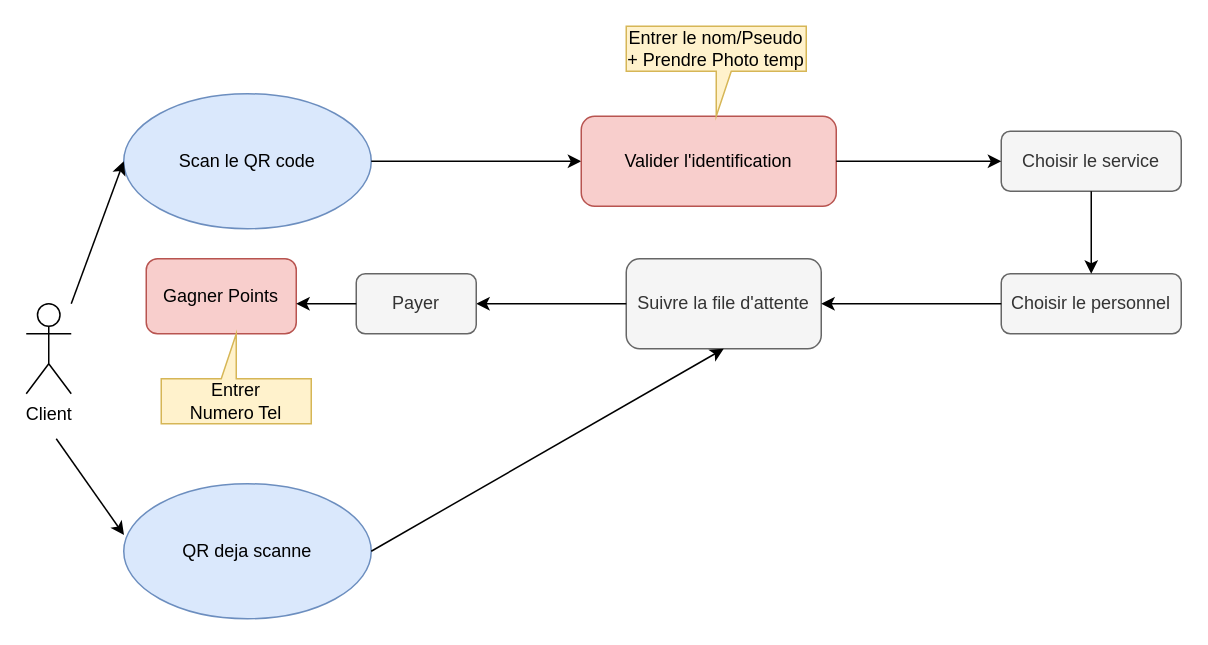
This is SalonQueue.drawio from IsmailZi/restoAppPublic, a draw.io file, before an edit. Source tidied: cells renumbered, new cells numbered last; positions are measured from the earlier drawing's top-left corner, leaving out a move shared by most shapes. Both pictures are drawn from the tidied source at 150%, with x=0, y=0 at pixel (26, 26).
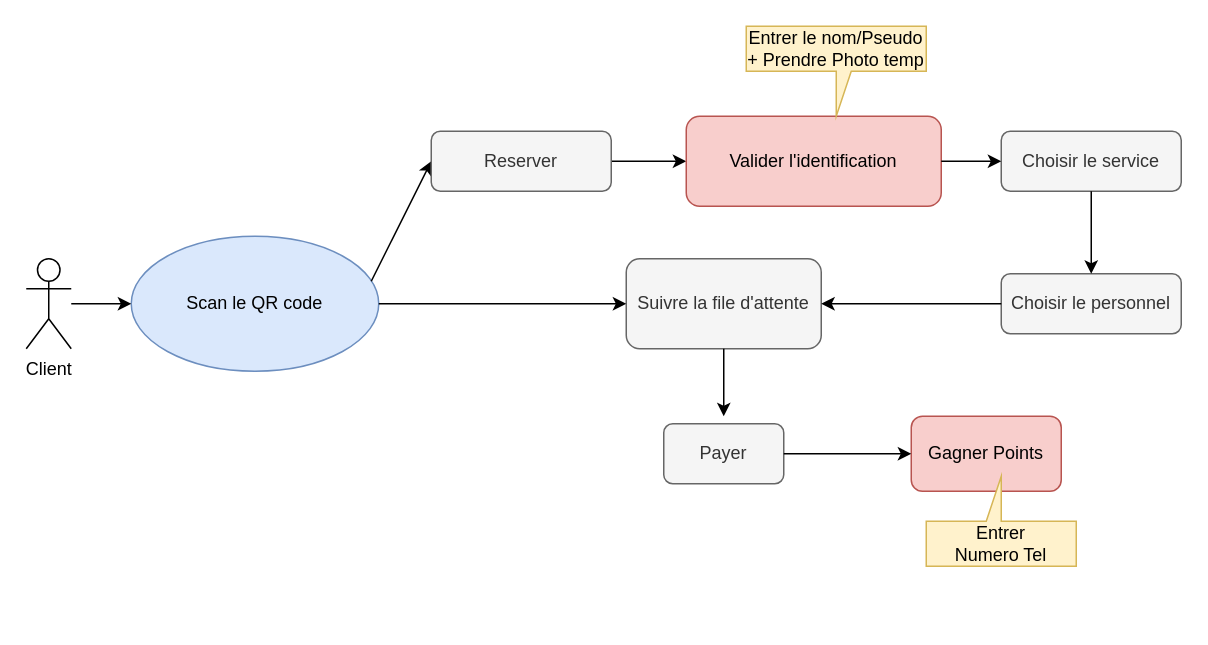
The same diagram, later.

Commit message (it also covers changes not shown here):
Mettre à jour SalonQueue.drawio

Unchanged cells that the change refers to:
```xml
<mxCell id="9" value="Suivre la file d'attente" style="rounded=1;whiteSpace=wrap;html=1;fillColor=#f5f5f5;fontColor=#333333;strokeColor=#666666;" parent="1" vertex="1">
  <mxGeometry x="400" y="155" width="130" height="60" as="geometry" />
</mxCell>
```

The edit, as a diff of the source:
```diff
@@
     <mxCell id="2" value="Scan le QR code" style="ellipse;whiteSpace=wrap;html=1;fillColor=#dae8fc;strokeColor=#6c8ebf;" parent="1" vertex="1">
-      <mxGeometry x="65" y="45" width="165" height="90" as="geometry" />
+      <mxGeometry x="70" y="140" width="165" height="90" as="geometry" />
     </mxCell>
     <mxCell id="3" value="Client" style="shape=umlActor;verticalLabelPosition=bottom;verticalAlign=top;html=1;" parent="1" vertex="1">
-      <mxGeometry y="185" width="30" height="60" as="geometry" />
+      <mxGeometry y="155" width="30" height="60" as="geometry" />
     </mxCell>
-    <mxCell id="4" style="endArrow=classic;html=1;rounded=0;entryX=0;entryY=0.5;entryDx=0;entryDy=0;" parent="1" edge="1" target="6">
-      <mxGeometry relative="1" as="geometry">
-        <mxPoint x="230" y="90" as="sourcePoint" />
-      </mxGeometry>
+    <mxCell id="4" style="endArrow=classic;html=1;rounded=0;entryX=0;entryY=0.5;entryDx=0;entryDy=0;" parent="1" edge="1" source="23" target="6">
+      <mxGeometry relative="1" as="geometry" />
     </mxCell>
@@
     <mxCell id="6" value="Valider l'identification" style="rounded=1;whiteSpace=wrap;html=1;fillColor=#f8cecc;strokeColor=#b85450;" parent="1" vertex="1">
-      <mxGeometry x="370" y="60" width="170" height="60" as="geometry" />
+      <mxGeometry x="440" y="60" width="170" height="60" as="geometry" />
     </mxCell>
@@
     <mxCell id="12" value="Entrer le nom/Pseudo + Prendre Photo temp" style="shape=callout;whiteSpace=wrap;html=1;perimeter=calloutPerimeter;position2=0.5;base=10;fillColor=#fff2cc;strokeColor=#d6b656;" parent="1" vertex="1">
-      <mxGeometry x="400" width="120" height="60" as="geometry" />
+      <mxGeometry x="480" width="120" height="60" as="geometry" />
     </mxCell>
-    <mxCell id="13" style="endArrow=classic;html=1;rounded=0;exitX=0;exitY=0.5;exitDx=0;exitDy=0;entryX=1;entryY=0.5;entryDx=0;entryDy=0;" parent="1" edge="1" source="9" target="14">
-      <mxGeometry relative="1" as="geometry" />
+    <mxCell id="13" style="endArrow=classic;html=1;rounded=0;exitX=0.5;exitY=1;exitDx=0;exitDy=0;" parent="1" edge="1" source="9">
+      <mxGeometry relative="1" as="geometry">
+        <mxPoint x="465" y="260" as="targetPoint" />
+      </mxGeometry>
     </mxCell>
     <mxCell id="14" value="Payer" style="rounded=1;whiteSpace=wrap;html=1;fillColor=#f5f5f5;fontColor=#333333;strokeColor=#666666;" parent="1" vertex="1">
-      <mxGeometry x="220" y="165" width="80" height="40" as="geometry" />
+      <mxGeometry x="425" y="265" width="80" height="40" as="geometry" />
     </mxCell>
     <mxCell id="15" value="Gagner Points" style="rounded=1;whiteSpace=wrap;html=1;fillColor=#f8cecc;strokeColor=#b85450;" parent="1" vertex="1">
-      <mxGeometry x="80" y="155" width="100" height="50" as="geometry" />
+      <mxGeometry x="590" y="260" width="100" height="50" as="geometry" />
     </mxCell>
-    <mxCell id="16" style="endArrow=classic;html=1;rounded=0;exitX=0;exitY=0.5;exitDx=0;exitDy=0;" parent="1" edge="1" source="14">
-      <mxGeometry relative="1" as="geometry">
-        <mxPoint x="180" y="185" as="targetPoint" />
-      </mxGeometry>
+    <mxCell id="16" style="endArrow=classic;html=1;rounded=0;exitX=1;exitY=0.5;exitDx=0;exitDy=0;entryX=0;entryY=0.5;entryDx=0;entryDy=0;" parent="1" edge="1" source="14" target="15">
+      <mxGeometry relative="1" as="geometry" />
     </mxCell>
     <mxCell id="17" value="Entrer &lt;br&gt;Numero Tel" style="shape=callout;whiteSpace=wrap;html=1;perimeter=calloutPerimeter;position2=0.5;base=10;fillColor=#fff2cc;strokeColor=#d6b656;direction=west;" parent="1" vertex="1">
-      <mxGeometry x="90" y="205" width="100" height="60" as="geometry" />
+      <mxGeometry x="600" y="300" width="100" height="60" as="geometry" />
     </mxCell>
-    <mxCell id="18" style="endArrow=classic;html=1;rounded=0;entryX=0.001;entryY=0.38;entryDx=0;entryDy=0;entryPerimeter=0;" parent="1" edge="1" target="19">
-      <mxGeometry relative="1" as="geometry">
-        <mxPoint x="20" y="275" as="sourcePoint" />
-      </mxGeometry>
-    </mxCell>
-    <mxCell id="19" value="QR deja scanne" style="ellipse;whiteSpace=wrap;html=1;fillColor=#dae8fc;strokeColor=#6c8ebf;" parent="1" vertex="1">
-      <mxGeometry x="65" y="305" width="165" height="90" as="geometry" />
-    </mxCell>
@@
-    <mxCell id="21" style="endArrow=classic;html=1;rounded=0;exitX=1;exitY=0.5;exitDx=0;exitDy=0;entryX=0.5;entryY=1;entryDx=0;entryDy=0;" parent="1" edge="1" source="19" target="9">
-      <mxGeometry relative="1" as="geometry" />
-    </mxCell>
+    <mxCell id="22" style="endArrow=classic;html=1;rounded=0;entryX=0;entryY=0.5;entryDx=0;entryDy=0;" parent="1" edge="1" target="23">
+      <mxGeometry relative="1" as="geometry">
+        <mxPoint x="230" y="170" as="sourcePoint" />
+      </mxGeometry>
+    </mxCell>
+    <mxCell id="23" value="Reserver" style="rounded=1;whiteSpace=wrap;html=1;fillColor=#f5f5f5;fontColor=#333333;strokeColor=#666666;" parent="1" vertex="1">
+      <mxGeometry x="270" y="70" width="120" height="40" as="geometry" />
+    </mxCell>
+    <mxCell id="24" style="endArrow=classic;html=1;rounded=0;entryX=0;entryY=0.5;entryDx=0;entryDy=0;" parent="1" edge="1" target="9">
+      <mxGeometry relative="1" as="geometry">
+        <mxPoint x="235" y="185" as="sourcePoint" />
+      </mxGeometry>
+    </mxCell>
```
